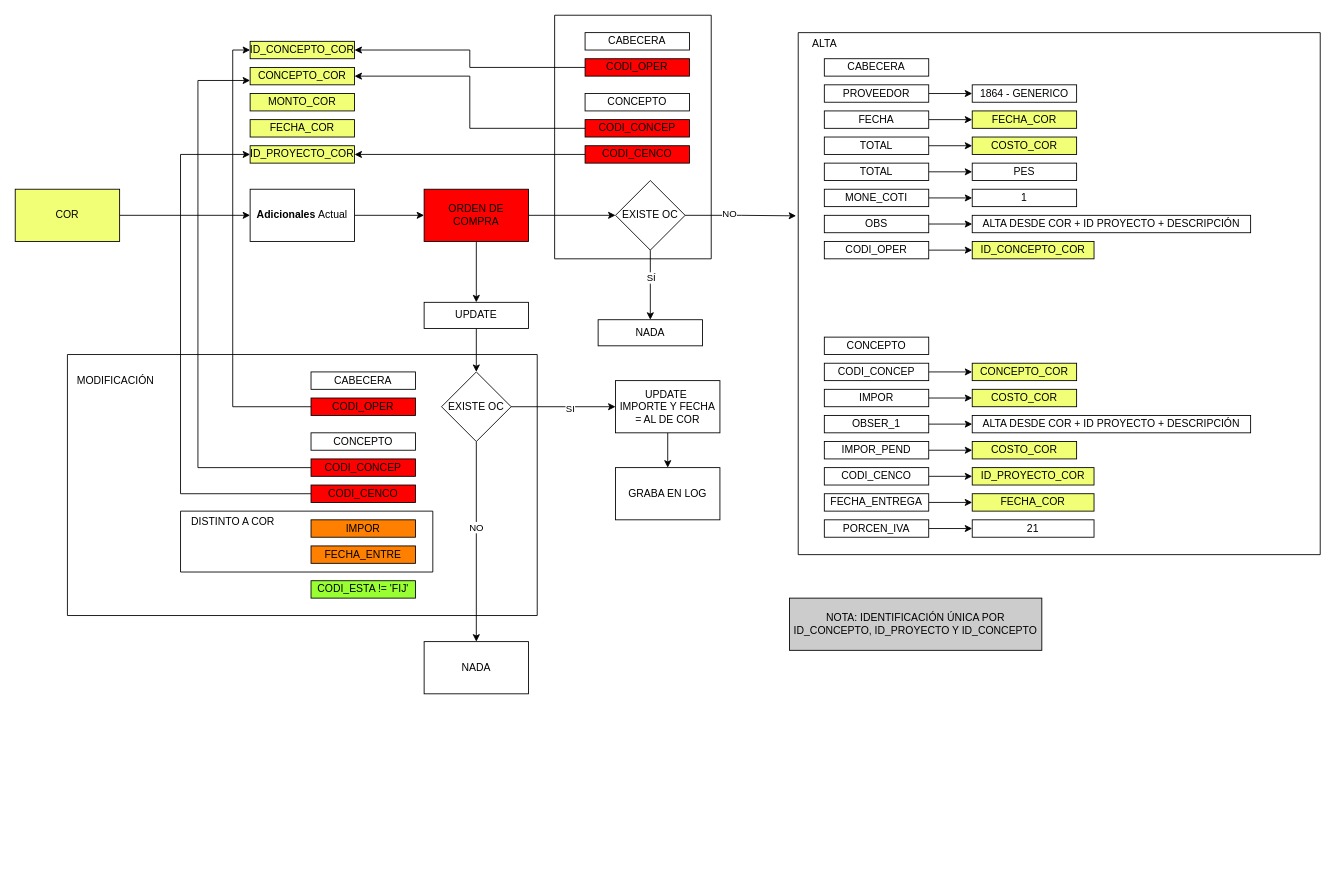
Earlier version of the draw.io diagram [integracion_cor_alta_costo].drawio (4ilen/DIAGRAMAS). Source tidied: cells renumbered, new cells numbered last; positions are measured from the earlier drawing's top-left corner, leaving out a move shared by most shapes. Both pictures are drawn from the tidied source at 87%, with x=0, y=0 at pixel (15, 15).
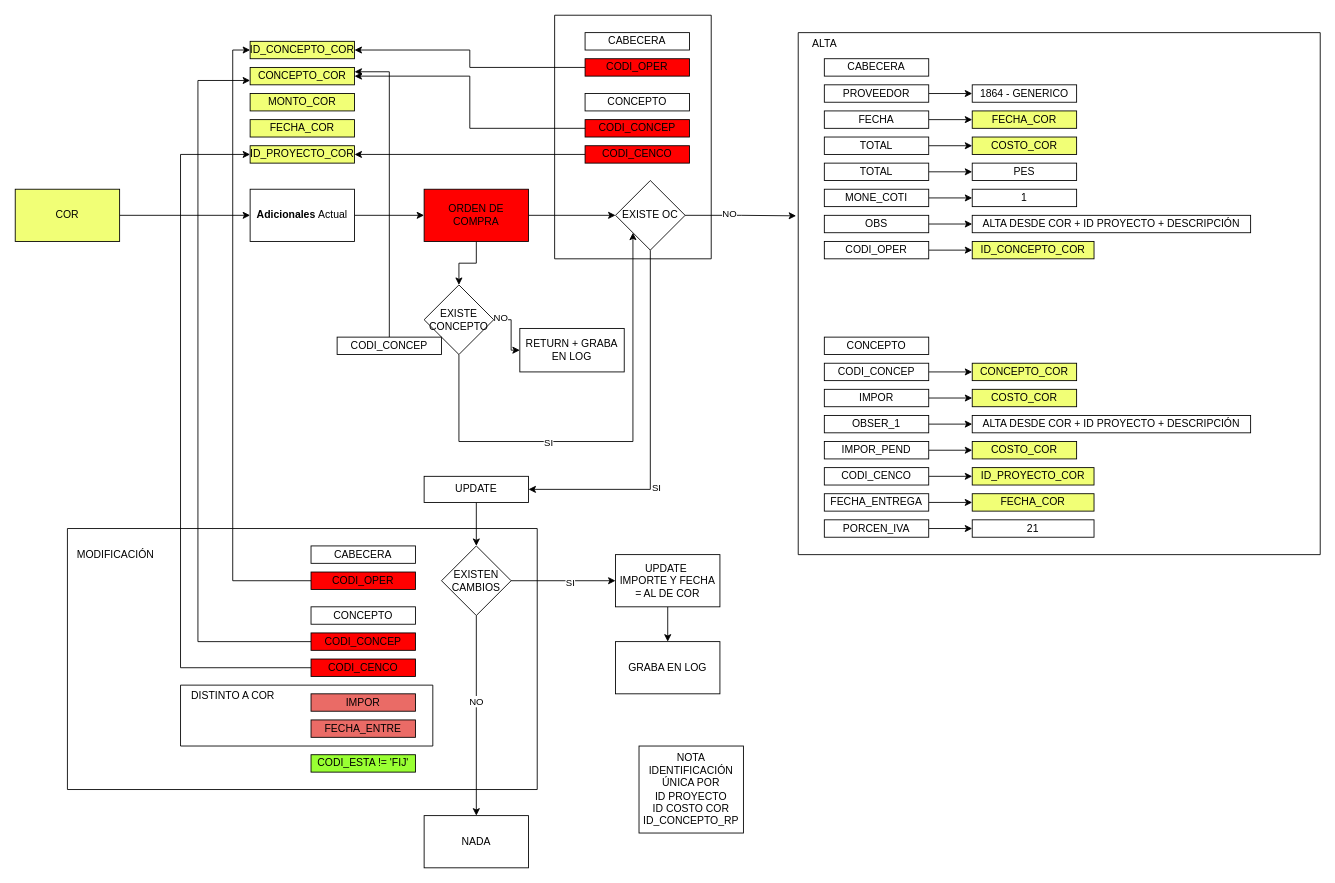
The same diagram, later.

The change refers to these unchanged cells:
```xml
<mxCell id="8" value="ORDEN DE COMPRA" style="whiteSpace=wrap;html=1;rounded=0;fillColor=#FF0000;" parent="1" vertex="1">
  <mxGeometry x="470" y="200" width="120" height="60" as="geometry" />
</mxCell>
<mxCell id="9" value="CONCEPTO_COR" style="rounded=0;whiteSpace=wrap;html=1;fillColor=#F1FF76;" parent="1" vertex="1">
  <mxGeometry x="270" y="60" width="120" height="20" as="geometry" />
</mxCell>
<mxCell id="10" value="ID_CONCEPTO_COR" style="rounded=0;whiteSpace=wrap;html=1;fillColor=#F1FF76;" parent="1" vertex="1">
  <mxGeometry x="270" y="30" width="120" height="20" as="geometry" />
</mxCell>
<mxCell id="60" value="EXISTE OC" style="rhombus;whiteSpace=wrap;html=1;" parent="1" vertex="1">
  <mxGeometry x="690" y="190" width="80" height="80" as="geometry" />
</mxCell>
<mxCell id="69" value="ID_PROYECTO_COR" style="rounded=0;whiteSpace=wrap;html=1;fillColor=#F1FF76;" parent="1" vertex="1">
  <mxGeometry x="270" y="150" width="120" height="20" as="geometry" />
</mxCell>
```

Change to the diagram source:
```diff
@@
-    <mxCell id="7" style="edgeStyle=orthogonalEdgeStyle;rounded=0;jettySize=auto;html=1;entryX=0.5;entryY=0;entryDx=0;entryDy=0;" parent="1" edge="1" source="8" target="78">
-      <mxGeometry relative="1" as="geometry" />
-    </mxCell>
+    <mxCell id="102" style="edgeStyle=orthogonalEdgeStyle;rounded=0;jettySize=auto;html=1;entryX=0.5;entryY=0;entryDx=0;entryDy=0;" parent="1" edge="1" source="8" target="110">
+      <mxGeometry relative="1" as="geometry" />
+    </mxCell>
@@
-    <mxCell id="58" style="edgeStyle=orthogonalEdgeStyle;rounded=0;jettySize=auto;html=1;" parent="1" edge="1" source="60">
-      <mxGeometry relative="1" as="geometry">
-        <mxPoint x="730" y="350" as="targetPoint" />
-      </mxGeometry>
-    </mxCell>
-    <mxCell id="59" value="SÍ" style="edgeLabel;html=1;align=center;verticalAlign=middle;" parent="58" vertex="1">
-      <mxGeometry x="-0.22" relative="1" as="geometry" />
-    </mxCell>
+    <mxCell id="103" style="edgeStyle=orthogonalEdgeStyle;rounded=0;jettySize=auto;html=1;entryX=1;entryY=0.5;entryDx=0;entryDy=0;" parent="1" edge="1" source="60" target="78">
+      <mxGeometry relative="1" as="geometry">
+        <Array as="points">
+          <mxPoint x="730" y="545" />
+        </Array>
+      </mxGeometry>
+    </mxCell>
+    <mxCell id="104" value="SI" style="edgeLabel;html=1;align=center;verticalAlign=middle;" parent="103" vertex="1">
+      <mxGeometry x="0.31" y="6" relative="1" as="geometry" />
+    </mxCell>
@@
-    <mxCell id="76" value="EXISTE OC" style="rhombus;whiteSpace=wrap;html=1;" parent="1" vertex="1">
-      <mxGeometry x="490" y="410" width="80" height="80" as="geometry" />
+    <mxCell id="76" value="EXISTEN CAMBIOS" style="rhombus;whiteSpace=wrap;html=1;" parent="1" vertex="1">
+      <mxGeometry x="490" y="610" width="80" height="80" as="geometry" />
     </mxCell>
@@
     <mxCell id="78" value="UPDATE" style="rounded=0;whiteSpace=wrap;html=1;" parent="1" vertex="1">
-      <mxGeometry x="470" y="330" width="120" height="30" as="geometry" />
+      <mxGeometry x="470" y="530" width="120" height="30" as="geometry" />
     </mxCell>
     <mxCell id="79" value="CABECERA" style="rounded=0;whiteSpace=wrap;html=1;" parent="1" vertex="1">
-      <mxGeometry x="340" y="410" width="120" height="20" as="geometry" />
+      <mxGeometry x="340" y="610" width="120" height="20" as="geometry" />
     </mxCell>
     <mxCell id="80" value="CONCEPTO" style="rounded=0;whiteSpace=wrap;html=1;" parent="1" vertex="1">
-      <mxGeometry x="340" y="480" width="120" height="20" as="geometry" />
+      <mxGeometry x="340" y="680" width="120" height="20" as="geometry" />
     </mxCell>
     <mxCell id="81" style="edgeStyle=orthogonalEdgeStyle;rounded=0;jettySize=auto;html=1;entryX=0;entryY=0.5;entryDx=0;entryDy=0;" parent="1" edge="1" source="82" target="10">
       <mxGeometry relative="1" as="geometry">
         <Array as="points">
-          <mxPoint x="250" y="450" />
+          <mxPoint x="250" y="650" />
           <mxPoint x="250" y="40" />
         </Array>
       </mxGeometry>
     </mxCell>
     <mxCell id="82" value="CODI_OPER" style="rounded=0;whiteSpace=wrap;html=1;fillColor=#FF0000;" parent="1" vertex="1">
-      <mxGeometry x="340" y="440" width="120" height="20" as="geometry" />
+      <mxGeometry x="340" y="640" width="120" height="20" as="geometry" />
     </mxCell>
     <mxCell id="83" style="edgeStyle=orthogonalEdgeStyle;rounded=0;jettySize=auto;html=1;entryX=0;entryY=0.75;entryDx=0;entryDy=0;" parent="1" edge="1" source="84" target="9">
       <mxGeometry relative="1" as="geometry">
         <Array as="points">
-          <mxPoint x="210" y="520" />
+          <mxPoint x="210" y="720" />
           <mxPoint x="210" y="75" />
         </Array>
       </mxGeometry>
     </mxCell>
     <mxCell id="84" value="CODI_CONCEP" style="rounded=0;whiteSpace=wrap;html=1;fillColor=#FF0000;" parent="1" vertex="1">
-      <mxGeometry x="340" y="510" width="120" height="20" as="geometry" />
+      <mxGeometry x="340" y="710" width="120" height="20" as="geometry" />
     </mxCell>
     <mxCell id="85" style="edgeStyle=orthogonalEdgeStyle;rounded=0;jettySize=auto;html=1;entryX=0;entryY=0.5;entryDx=0;entryDy=0;" parent="1" edge="1" source="86" target="69">
       <mxGeometry relative="1" as="geometry">
         <Array as="points">
-          <mxPoint x="190" y="550" />
+          <mxPoint x="190" y="750" />
           <mxPoint x="190" y="160" />
         </Array>
       </mxGeometry>
     </mxCell>
     <mxCell id="86" value="CODI_CENCO" style="rounded=0;whiteSpace=wrap;html=1;fillColor=#FF0000;" parent="1" vertex="1">
-      <mxGeometry x="340" y="540" width="120" height="20" as="geometry" />
+      <mxGeometry x="340" y="740" width="120" height="20" as="geometry" />
     </mxCell>
-    <mxCell id="87" value="IMPOR" style="rounded=0;whiteSpace=wrap;html=1;fillColor=#FF8000;" parent="1" vertex="1">
-      <mxGeometry x="340" y="580" width="120" height="20" as="geometry" />
+    <mxCell id="87" value="IMPOR" style="rounded=0;whiteSpace=wrap;html=1;fillColor=#EA6B66;" parent="1" vertex="1">
+      <mxGeometry x="340" y="780" width="120" height="20" as="geometry" />
     </mxCell>
-    <mxCell id="88" value="FECHA_ENTRE" style="rounded=0;whiteSpace=wrap;html=1;fillColor=#FF8000;" parent="1" vertex="1">
-      <mxGeometry x="340" y="610" width="120" height="20" as="geometry" />
+    <mxCell id="88" value="FECHA_ENTRE" style="rounded=0;whiteSpace=wrap;html=1;fillColor=#EA6B66;" parent="1" vertex="1">
+      <mxGeometry x="340" y="810" width="120" height="20" as="geometry" />
     </mxCell>
     <mxCell id="89" value="CODI_ESTA != 'FIJ'" style="rounded=0;whiteSpace=wrap;html=1;fillColor=#99FF33;" parent="1" vertex="1">
-      <mxGeometry x="340" y="650" width="120" height="20" as="geometry" />
+      <mxGeometry x="340" y="850" width="120" height="20" as="geometry" />
     </mxCell>
     <mxCell id="90" style="swimlane;startSize=0;" parent="1" vertex="1">
-      <mxGeometry x="190" y="570" width="290" height="70" as="geometry" />
+      <mxGeometry x="190" y="770" width="290" height="70" as="geometry" />
     </mxCell>
     <mxCell id="91" value="DISTINTO A COR" style="text;html=1;align=center;verticalAlign=middle;strokeColor=none;fillColor=none;" parent="1" vertex="1">
-      <mxGeometry x="190" y="568" width="120" height="30" as="geometry" />
+      <mxGeometry x="190" y="768" width="120" height="30" as="geometry" />
     </mxCell>
@@
-    <mxCell id="94" value="NADA" style="rounded=0;whiteSpace=wrap;html=1;" parent="1" vertex="1">
-      <mxGeometry x="670" y="350" width="120" height="30" as="geometry" />
-    </mxCell>
     <mxCell id="95" style="swimlane;startSize=0;" parent="1" vertex="1">
-      <mxGeometry x="60" y="390" width="540" height="300" as="geometry" />
+      <mxGeometry x="60" y="590" width="540" height="300" as="geometry" />
     </mxCell>
@@
     <mxCell id="98" value="UPDATE&amp;nbsp;&lt;div&gt;IMPORTE Y FECHA = AL DE COR&lt;/div&gt;" style="rounded=0;whiteSpace=wrap;html=1;" parent="1" vertex="1">
-      <mxGeometry x="690" y="420" width="120" height="60" as="geometry" />
+      <mxGeometry x="690" y="620" width="120" height="60" as="geometry" />
     </mxCell>
     <mxCell id="99" value="GRABA EN LOG" style="whiteSpace=wrap;html=1;rounded=0;" parent="1" vertex="1">
-      <mxGeometry x="690" y="520" width="120" height="60" as="geometry" />
+      <mxGeometry x="690" y="720" width="120" height="60" as="geometry" />
     </mxCell>
     <mxCell id="100" value="NADA" style="whiteSpace=wrap;html=1;" parent="1" vertex="1">
-      <mxGeometry x="470" y="720" width="120" height="60" as="geometry" />
+      <mxGeometry x="470" y="920" width="120" height="60" as="geometry" />
     </mxCell>
-    <mxCell id="101" value="NOTA: IDENTIFICACIÓN ÚNICA POR ID_CONCEPTO, ID_PROYECTO Y ID_CONCEPTO" style="rounded=0;whiteSpace=wrap;html=1;fillColor=#CCCCCC;" parent="1" vertex="1">
-      <mxGeometry x="890" y="670" width="290" height="60" as="geometry" />
-    </mxCell>
+    <mxCell id="105" value="&lt;div&gt;NOTA&lt;/div&gt;IDENTIFICACIÓN ÚNICA POR&lt;div&gt;ID PROYECTO&lt;/div&gt;&lt;div&gt;ID COSTO COR&lt;/div&gt;&lt;div&gt;ID_CONCEPTO_RP&lt;/div&gt;" style="whiteSpace=wrap;html=1;" parent="1" vertex="1">
+      <mxGeometry x="717" y="840" width="120" height="100" as="geometry" />
+    </mxCell>
+    <mxCell id="106" style="edgeStyle=orthogonalEdgeStyle;rounded=0;jettySize=auto;html=1;entryX=0;entryY=0.5;entryDx=0;entryDy=0;" parent="1" edge="1" source="110" target="111">
+      <mxGeometry relative="1" as="geometry" />
+    </mxCell>
+    <mxCell id="107" value="NO" style="edgeLabel;html=1;align=center;verticalAlign=middle;" parent="106" vertex="1">
+      <mxGeometry x="-0.76" y="3" relative="1" as="geometry">
+        <mxPoint x="-1" as="offset" />
+      </mxGeometry>
+    </mxCell>
+    <mxCell id="108" style="edgeStyle=orthogonalEdgeStyle;rounded=0;jettySize=auto;html=1;entryX=0;entryY=1;entryDx=0;entryDy=0;" parent="1" edge="1" source="110" target="60">
+      <mxGeometry relative="1" as="geometry">
+        <Array as="points">
+          <mxPoint x="510" y="490" />
+          <mxPoint x="710" y="490" />
+        </Array>
+      </mxGeometry>
+    </mxCell>
+    <mxCell id="109" value="SI" style="edgeLabel;html=1;align=center;verticalAlign=middle;" parent="108" vertex="1">
+      <mxGeometry x="-0.25" y="-1" relative="1" as="geometry">
+        <mxPoint x="-1" as="offset" />
+      </mxGeometry>
+    </mxCell>
+    <mxCell id="110" value="EXISTE CONCEPTO" style="rhombus;whiteSpace=wrap;html=1;" parent="1" vertex="1">
+      <mxGeometry x="470" y="310" width="80" height="80" as="geometry" />
+    </mxCell>
+    <mxCell id="111" value="RETURN + GRABA EN LOG" style="rounded=0;whiteSpace=wrap;html=1;" parent="1" vertex="1">
+      <mxGeometry x="580" y="360" width="120" height="50" as="geometry" />
+    </mxCell>
+    <mxCell id="112" style="edgeStyle=orthogonalEdgeStyle;rounded=0;jettySize=auto;html=1;entryX=1;entryY=0.25;entryDx=0;entryDy=0;" parent="1" edge="1" source="113" target="9">
+      <mxGeometry relative="1" as="geometry" />
+    </mxCell>
+    <mxCell id="113" value="CODI_CONCEP" style="whiteSpace=wrap;html=1;" parent="1" vertex="1">
+      <mxGeometry x="370" y="370" width="120" height="20" as="geometry" />
+    </mxCell>
```
